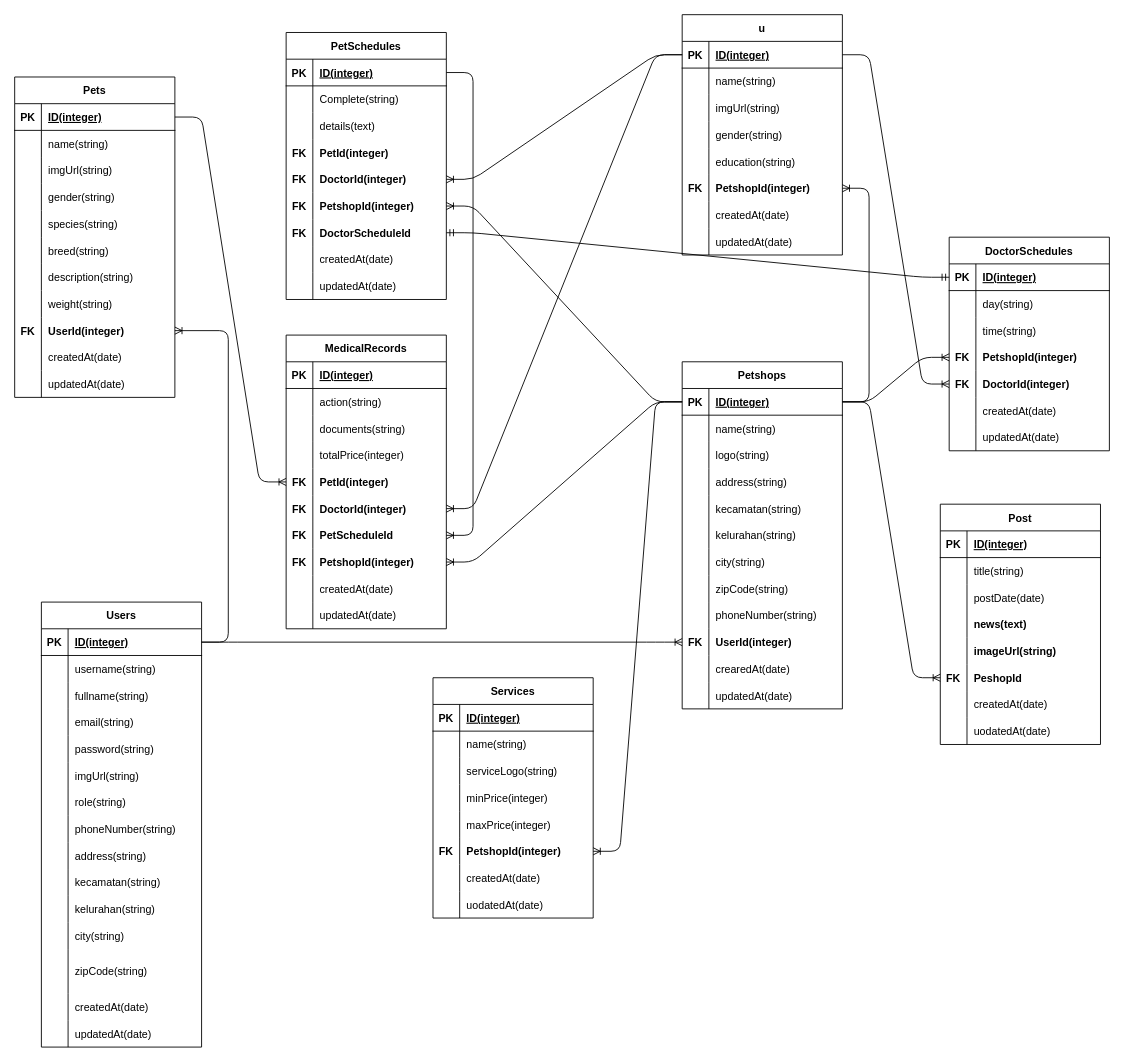
Above: petPlus.drawio in Pet-Plus-Hackiv8/fsjs-t1-final-server (draw.io), before the change. Source tidied: cells renumbered, new cells numbered last; positions are measured from the earlier drawing's top-left corner, leaving out a move shared by most shapes. Both pictures are drawn from the tidied source at 89%, with x=0, y=0 at pixel (14, 14).
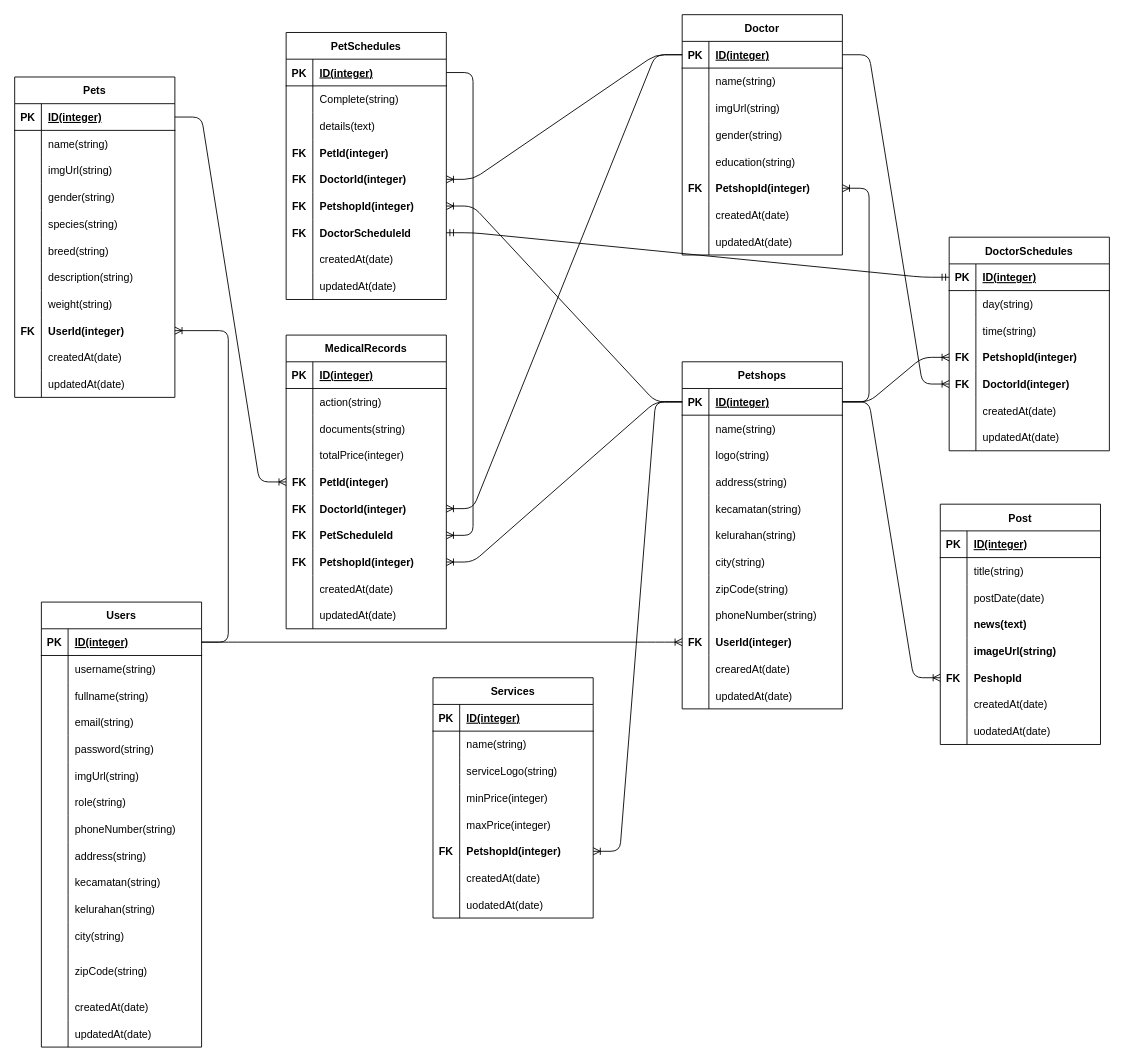
The same diagram, later.

Commit message (it also covers changes not shown here):
created JSON user

Diff of the diagram source:
```diff
@@
-    <mxCell id="119" value="u" style="shape=table;startSize=30;childLayout=tableLayout;rowLines=0;fontStyle=1;align=center;" parent="1" vertex="1">
+    <mxCell id="119" value="Doctor" style="shape=table;startSize=30;childLayout=tableLayout;rowLines=0;fontStyle=1;align=center;" parent="1" vertex="1">
       <mxGeometry x="750" width="180" height="270" as="geometry" />
     </mxCell>
```
